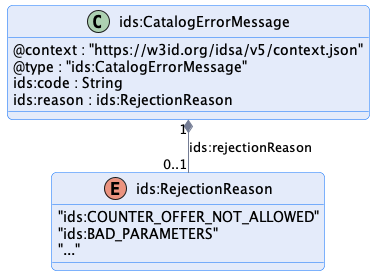
Earlier version of the PlantUML export catalog/images/catalog-error-message.png (International-Data-Spaces-Association/ids-specification). The source it was exported from:
```plantuml
@startuml "catalog-error-message"
!pragma layout smetana

!include ../../diagrams/diagram.styles.puml

hide empty description


class "ids:CatalogErrorMessage" {
    @context : "https://w3id.org/idsa/v5/context.json"
    @type : "ids:CatalogErrorMessage"
    ids:code : String
    ids:reason : ids:RejectionReason
}


enum ids:RejectionReason {
    "ids:COUNTER_OFFER_NOT_ALLOWED"
    "ids:BAD_PARAMETERS"
    "..."
}

"ids:CatalogErrorMessage" "1" *-- "0..1" "ids:RejectionReason" : "ids:rejectionReason"

@enduml
```
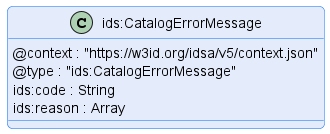
After the change.

Change to the diagram source:
```diff
@@ -10,16 +10,7 @@
     @context : "https://w3id.org/idsa/v5/context.json"
     @type : "ids:CatalogErrorMessage"
     ids:code : String
-    ids:reason : ids:RejectionReason
+    ids:reason : Array
 }
 
-
-enum ids:RejectionReason {
-    "ids:COUNTER_OFFER_NOT_ALLOWED"
-    "ids:BAD_PARAMETERS"
-    "..."
-}
-
-"ids:CatalogErrorMessage" "1" *-- "0..1" "ids:RejectionReason" : "ids:rejectionReason"
-
 @enduml
```
